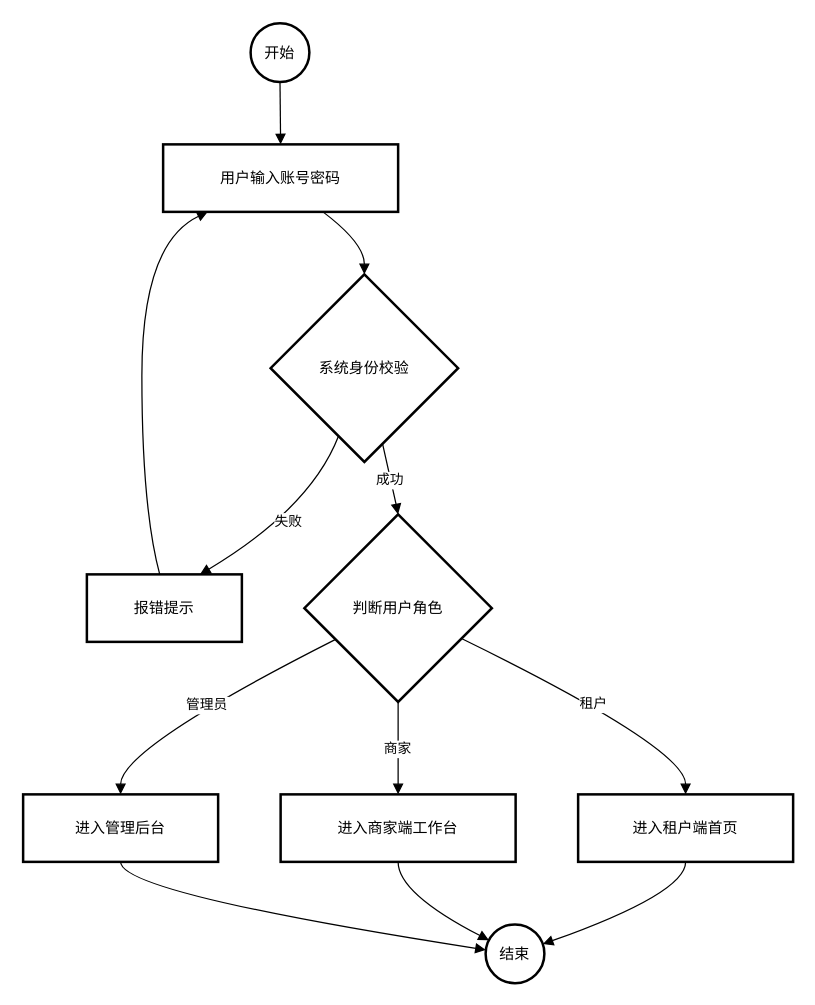
Above: page "用户认证流程" (11 of 21) of image/绘图.drawio in fore4years/KorisPlatForm (draw.io), before the change. Source tidied: cells renumbered, new cells numbered last; positions are measured from the earlier drawing's top-left corner, leaving out a move shared by most shapes. Both pictures are drawn from the tidied source at 125%, with x=0, y=0 at pixel (22, 22).
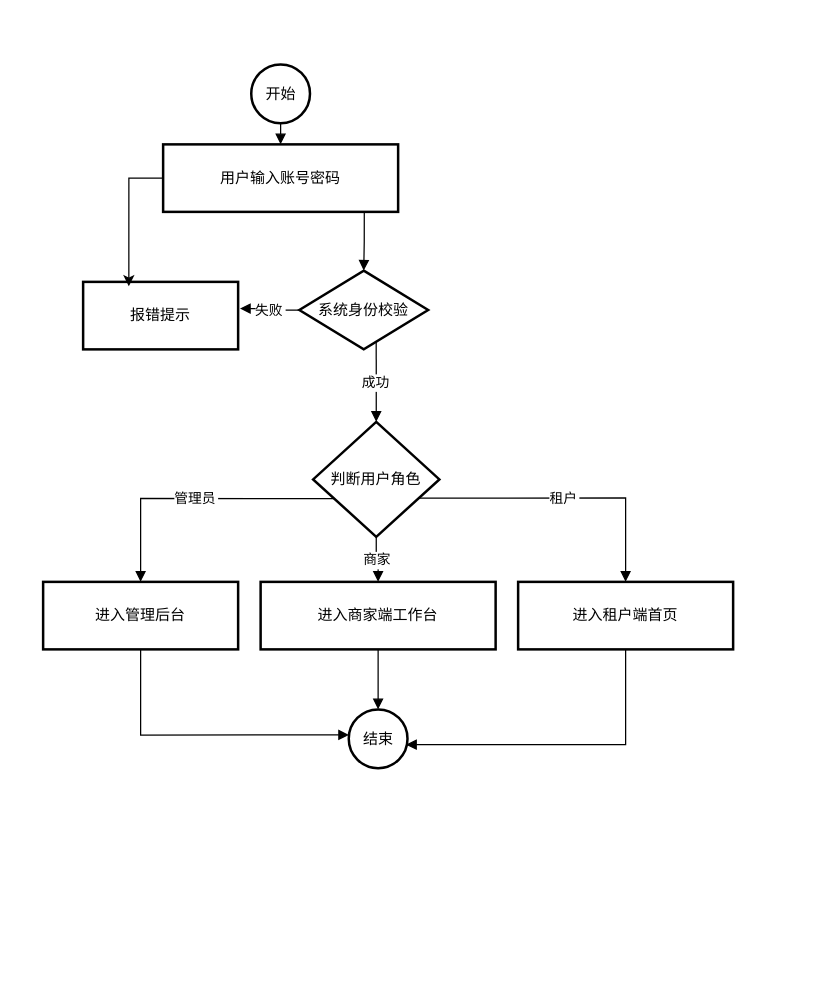
The same diagram, later.

Unchanged cells that the change refers to:
```xml
<mxCell id="3" value="用户输入账号密码" style="whiteSpace=wrap;strokeWidth=2;" parent="1" vertex="1">
  <mxGeometry x="112" y="97" width="188" height="54" as="geometry" />
</mxCell>
```

The edit, as a diff of the source:
```diff
@@
     <mxCell id="2" value="开始" style="ellipse;strokeWidth=2;whiteSpace=wrap;" parent="1" vertex="1">
-      <mxGeometry x="182" width="47" height="47" as="geometry" />
+      <mxGeometry x="182.5" y="33" width="47" height="47" as="geometry" />
     </mxCell>
@@
     <mxCell id="4" value="系统身份校验" style="rhombus;strokeWidth=2;whiteSpace=wrap;" parent="1" vertex="1">
-      <mxGeometry x="198" y="201" width="150" height="150" as="geometry" />
+      <mxGeometry x="221" y="198" width="103" height="63" as="geometry" />
     </mxCell>
     <mxCell id="5" value="报错提示" style="whiteSpace=wrap;strokeWidth=2;" parent="1" vertex="1">
-      <mxGeometry x="51" y="441" width="124" height="54" as="geometry" />
+      <mxGeometry x="48" y="207" width="124" height="54" as="geometry" />
     </mxCell>
     <mxCell id="6" value="判断用户角色" style="rhombus;strokeWidth=2;whiteSpace=wrap;" parent="1" vertex="1">
-      <mxGeometry x="225" y="393" width="150" height="150" as="geometry" />
+      <mxGeometry x="232" y="319" width="101" height="92" as="geometry" />
     </mxCell>
     <mxCell id="7" value="进入租户端首页" style="whiteSpace=wrap;strokeWidth=2;" parent="1" vertex="1">
-      <mxGeometry x="444" y="617" width="172" height="54" as="geometry" />
+      <mxGeometry x="396" y="447" width="172" height="54" as="geometry" />
     </mxCell>
     <mxCell id="8" value="进入商家端工作台" style="whiteSpace=wrap;strokeWidth=2;" parent="1" vertex="1">
-      <mxGeometry x="206" y="617" width="188" height="54" as="geometry" />
+      <mxGeometry x="190" y="447" width="188" height="54" as="geometry" />
     </mxCell>
     <mxCell id="9" value="进入管理后台" style="whiteSpace=wrap;strokeWidth=2;" parent="1" vertex="1">
-      <mxGeometry y="617" width="156" height="54" as="geometry" />
+      <mxGeometry x="16" y="447" width="156" height="54" as="geometry" />
     </mxCell>
     <mxCell id="10" value="结束" style="ellipse;strokeWidth=2;whiteSpace=wrap;" parent="1" vertex="1">
-      <mxGeometry x="370" y="721" width="47" height="47" as="geometry" />
+      <mxGeometry x="260.5" y="549" width="47" height="47" as="geometry" />
     </mxCell>
-    <mxCell id="11" style="curved=1;startArrow=none;endArrow=block;exitX=0.5;exitY=1;entryX=0.5;entryY=0;rounded=0;" parent="1" edge="1" source="2" target="3">
+    <mxCell id="11" style="startArrow=none;endArrow=block;exitX=0.5;exitY=1;entryX=0.5;entryY=0;rounded=0;edgeStyle=orthogonalEdgeStyle;" parent="1" edge="1" source="2" target="3">
       <mxGeometry relative="1" as="geometry" />
     </mxCell>
-    <mxCell id="12" style="curved=1;startArrow=none;endArrow=block;exitX=0.68;exitY=1;entryX=0.5;entryY=0;rounded=0;" parent="1" edge="1" source="3" target="4">
-      <mxGeometry relative="1" as="geometry">
-        <Array as="points">
-          <mxPoint x="273" y="176" />
-        </Array>
-      </mxGeometry>
+    <mxCell id="12" style="startArrow=none;endArrow=block;exitX=0.856;exitY=0.99;entryX=0.5;entryY=0;rounded=0;edgeStyle=orthogonalEdgeStyle;exitDx=0;exitDy=0;exitPerimeter=0;" parent="1" edge="1" source="3" target="4">
+      <mxGeometry relative="1" as="geometry" />
     </mxCell>
-    <mxCell id="13" value="失败" style="curved=1;startArrow=none;endArrow=block;exitX=0.31;exitY=1;entryX=0.73;entryY=0;rounded=0;" parent="1" edge="1" source="4" target="5">
-      <mxGeometry relative="1" as="geometry">
-        <Array as="points">
-          <mxPoint x="230" y="388" />
-        </Array>
-      </mxGeometry>
+    <mxCell id="13" value="失败" style="startArrow=none;endArrow=block;exitX=0;exitY=0.5;entryX=1.012;entryY=0.395;rounded=0;edgeStyle=orthogonalEdgeStyle;exitDx=0;exitDy=0;entryDx=0;entryDy=0;entryPerimeter=0;" parent="1" edge="1" source="4" target="5">
+      <mxGeometry relative="1" as="geometry" />
     </mxCell>
-    <mxCell id="14" style="curved=1;startArrow=none;endArrow=block;exitX=0.47;exitY=0;entryX=0.19;entryY=1;rounded=0;" parent="1" edge="1" source="5" target="3">
-      <mxGeometry relative="1" as="geometry">
-        <Array as="points">
-          <mxPoint x="95" y="388" />
-          <mxPoint x="95" y="176" />
-        </Array>
-      </mxGeometry>
-    </mxCell>
-    <mxCell id="15" value="成功" style="curved=1;startArrow=none;endArrow=block;exitX=0.62;exitY=1;entryX=0.5;entryY=0;rounded=0;" parent="1" edge="1" source="4" target="6">
-      <mxGeometry relative="1" as="geometry">
-        <Array as="points">
-          <mxPoint x="299" y="388" />
-        </Array>
-      </mxGeometry>
+    <mxCell id="15" value="成功" style="startArrow=none;endArrow=block;exitX=0.62;exitY=1;entryX=0.5;entryY=0;rounded=0;edgeStyle=orthogonalEdgeStyle;" parent="1" edge="1" source="4" target="6">
+      <mxGeometry relative="1" as="geometry" />
     </mxCell>
-    <mxCell id="16" value="租户" style="curved=1;startArrow=none;endArrow=block;exitX=1;exitY=0.74;entryX=0.5;entryY=0;rounded=0;" parent="1" edge="1" source="6" target="7">
-      <mxGeometry relative="1" as="geometry">
-        <Array as="points">
-          <mxPoint x="530" y="580" />
-        </Array>
-      </mxGeometry>
+    <mxCell id="16" value="租户" style="startArrow=none;endArrow=block;exitX=1;exitY=0.74;entryX=0.5;entryY=0;rounded=0;edgeStyle=orthogonalEdgeStyle;" parent="1" edge="1" source="6" target="7">
+      <mxGeometry relative="1" as="geometry" />
     </mxCell>
-    <mxCell id="17" value="商家" style="curved=1;startArrow=none;endArrow=block;exitX=0.5;exitY=1;entryX=0.5;entryY=0;rounded=0;" parent="1" edge="1" source="6" target="8">
+    <mxCell id="17" value="商家" style="startArrow=none;endArrow=block;exitX=0.5;exitY=1;entryX=0.5;entryY=0;rounded=0;edgeStyle=orthogonalEdgeStyle;" parent="1" edge="1" source="6" target="8">
       <mxGeometry relative="1" as="geometry" />
     </mxCell>
-    <mxCell id="18" value="管理员" style="curved=1;startArrow=none;endArrow=block;exitX=0;exitY=0.75;entryX=0.5;entryY=0;rounded=0;" parent="1" edge="1" source="6" target="9">
-      <mxGeometry relative="1" as="geometry">
-        <Array as="points">
-          <mxPoint x="78" y="580" />
-        </Array>
-      </mxGeometry>
+    <mxCell id="18" value="管理员" style="startArrow=none;endArrow=block;exitX=0;exitY=0.75;entryX=0.5;entryY=0;rounded=0;edgeStyle=orthogonalEdgeStyle;" parent="1" edge="1" source="6" target="9">
+      <mxGeometry relative="1" as="geometry" />
     </mxCell>
-    <mxCell id="19" style="curved=1;startArrow=none;endArrow=block;exitX=0.5;exitY=1;entryX=1;entryY=0.32;rounded=0;" parent="1" edge="1" source="7" target="10">
+    <mxCell id="19" style="startArrow=none;endArrow=block;exitX=0.5;exitY=1;entryX=0.976;entryY=0.6;rounded=0;edgeStyle=orthogonalEdgeStyle;entryDx=0;entryDy=0;entryPerimeter=0;" parent="1" edge="1" source="7" target="10">
       <mxGeometry relative="1" as="geometry">
         <Array as="points">
-          <mxPoint x="530" y="696" />
+          <mxPoint x="482" y="577" />
         </Array>
       </mxGeometry>
     </mxCell>
-    <mxCell id="20" style="curved=1;startArrow=none;endArrow=block;exitX=0.5;exitY=1;entryX=0;entryY=0.24;rounded=0;" parent="1" edge="1" source="8" target="10">
-      <mxGeometry relative="1" as="geometry">
-        <Array as="points">
-          <mxPoint x="300" y="696" />
-        </Array>
-      </mxGeometry>
+    <mxCell id="20" style="startArrow=none;endArrow=block;exitX=0.5;exitY=1;entryX=0.5;entryY=0;rounded=0;edgeStyle=orthogonalEdgeStyle;entryDx=0;entryDy=0;" parent="1" edge="1" source="8" target="10">
+      <mxGeometry relative="1" as="geometry" />
     </mxCell>
-    <mxCell id="21" style="curved=1;startArrow=none;endArrow=block;exitX=0.5;exitY=1;entryX=0;entryY=0.42;rounded=0;" parent="1" edge="1" source="9" target="10">
-      <mxGeometry relative="1" as="geometry">
-        <Array as="points">
-          <mxPoint x="78" y="696" />
-        </Array>
-      </mxGeometry>
+    <mxCell id="21" style="startArrow=none;endArrow=block;exitX=0.5;exitY=1;entryX=0;entryY=0.42;rounded=0;edgeStyle=orthogonalEdgeStyle;" parent="1" edge="1" source="9" target="10">
+      <mxGeometry relative="1" as="geometry" />
     </mxCell>
+    <mxCell id="22" style="edgeStyle=orthogonalEdgeStyle;rounded=0;jettySize=auto;html=1;exitX=0;exitY=0.5;exitDx=0;exitDy=0;entryX=0.295;entryY=0.066;entryDx=0;entryDy=0;entryPerimeter=0;" parent="1" edge="1" source="3" target="5">
+      <mxGeometry relative="1" as="geometry" />
+    </mxCell>
```
